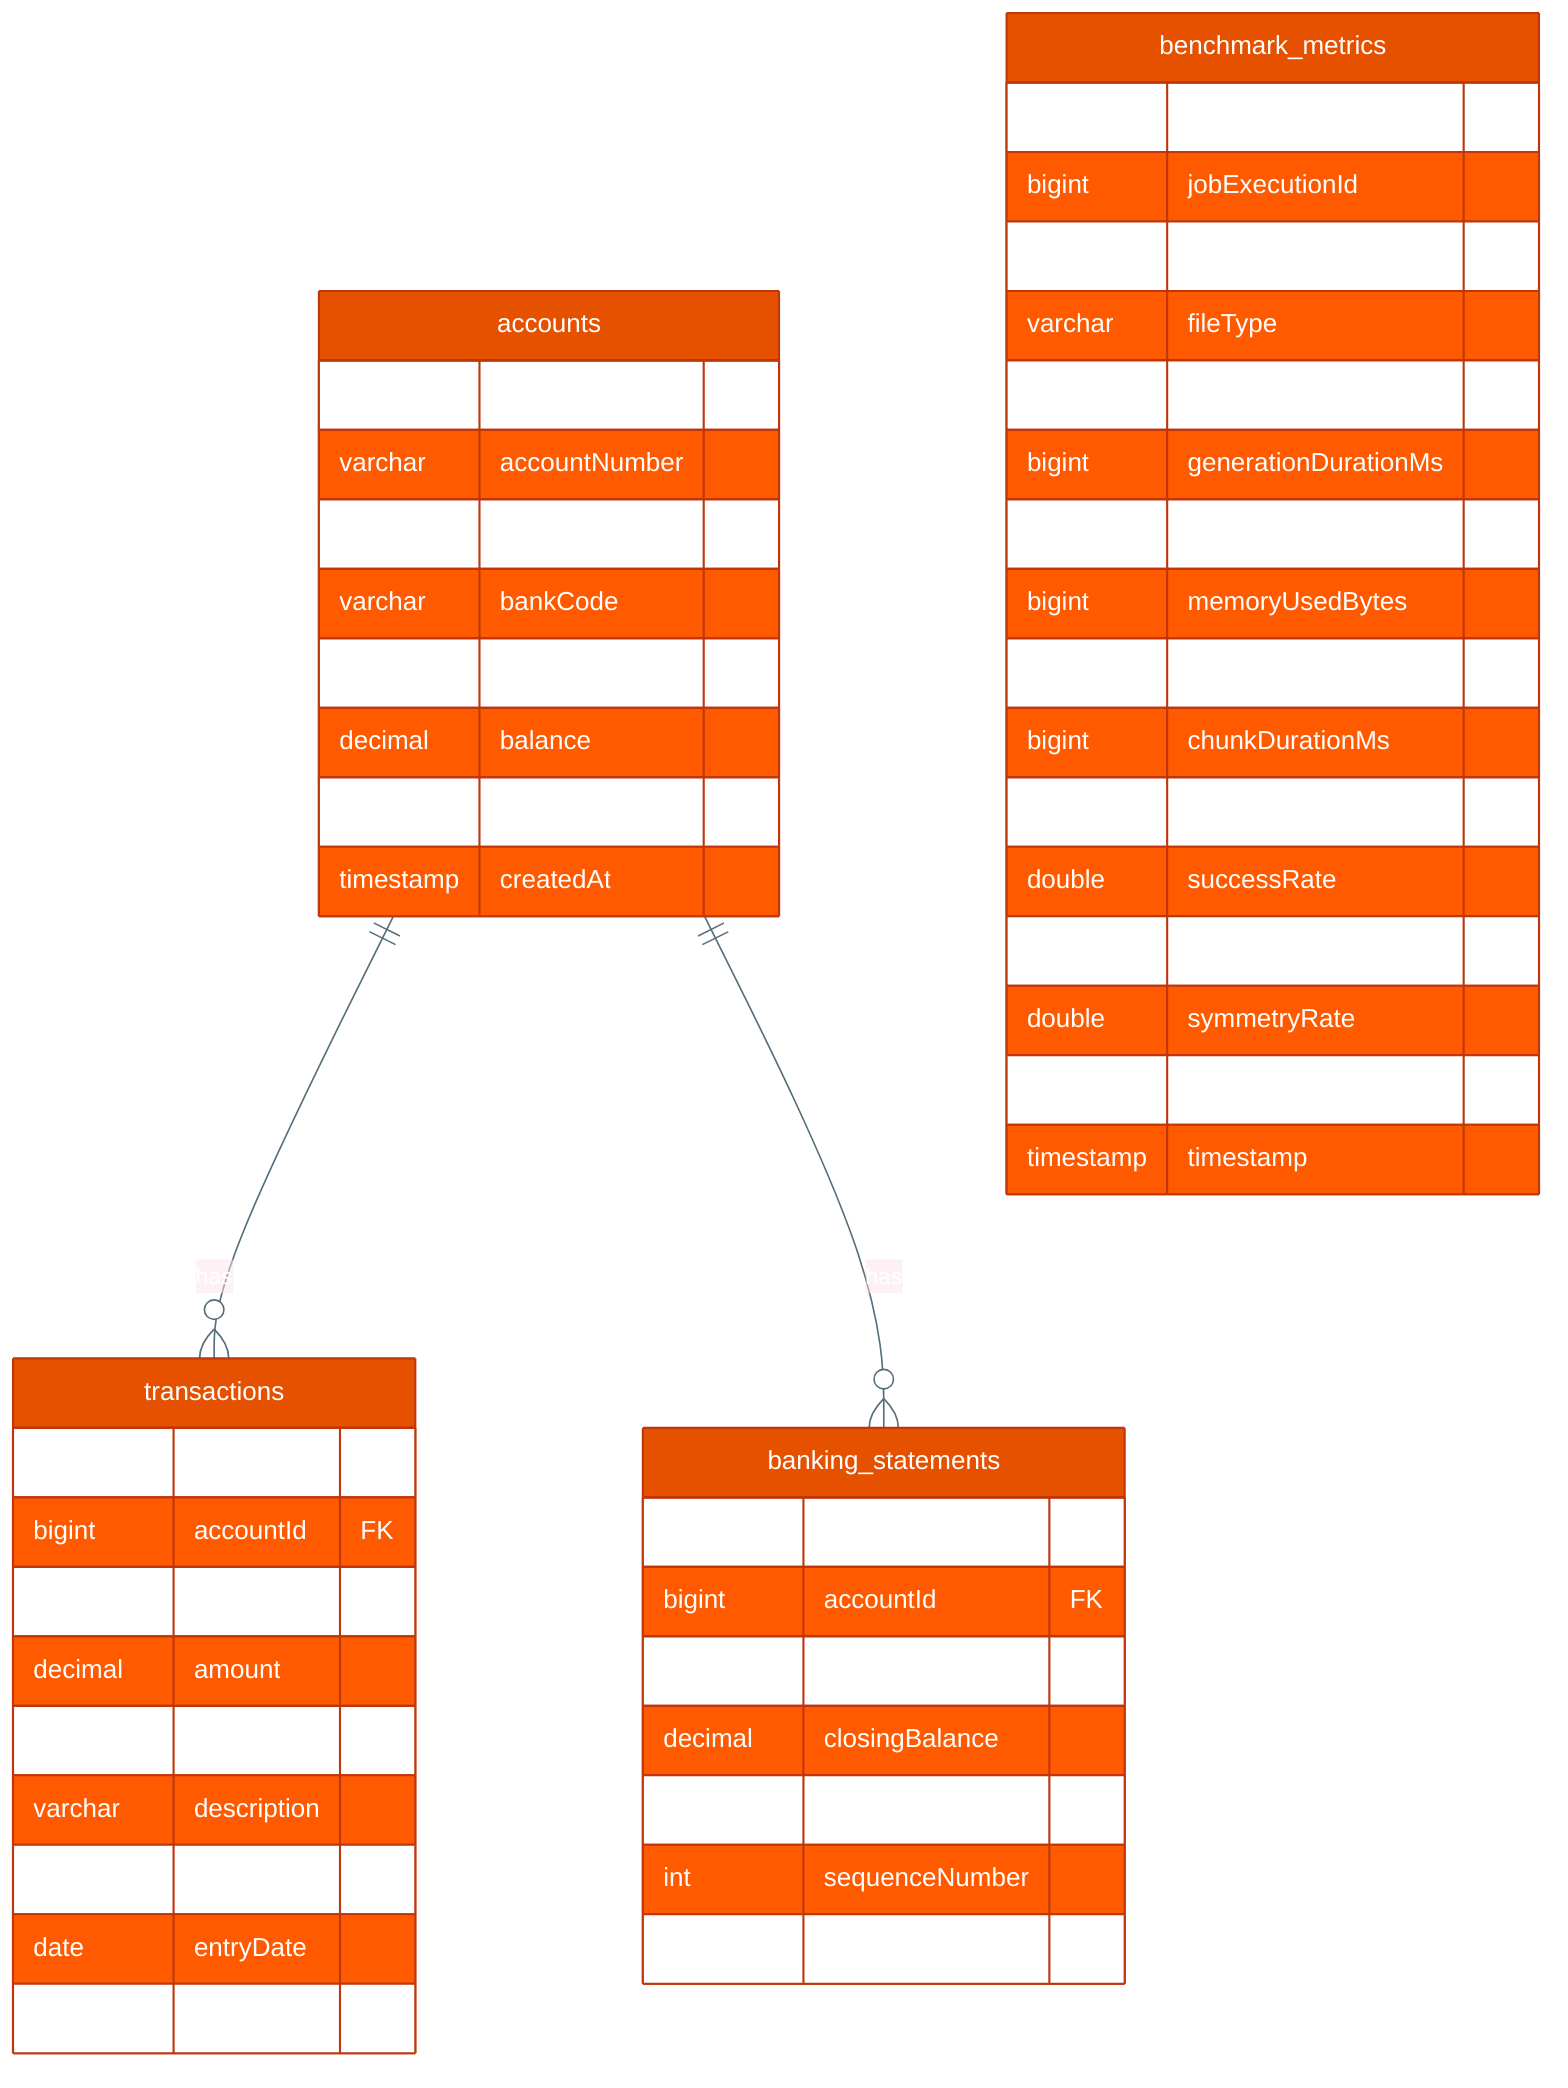
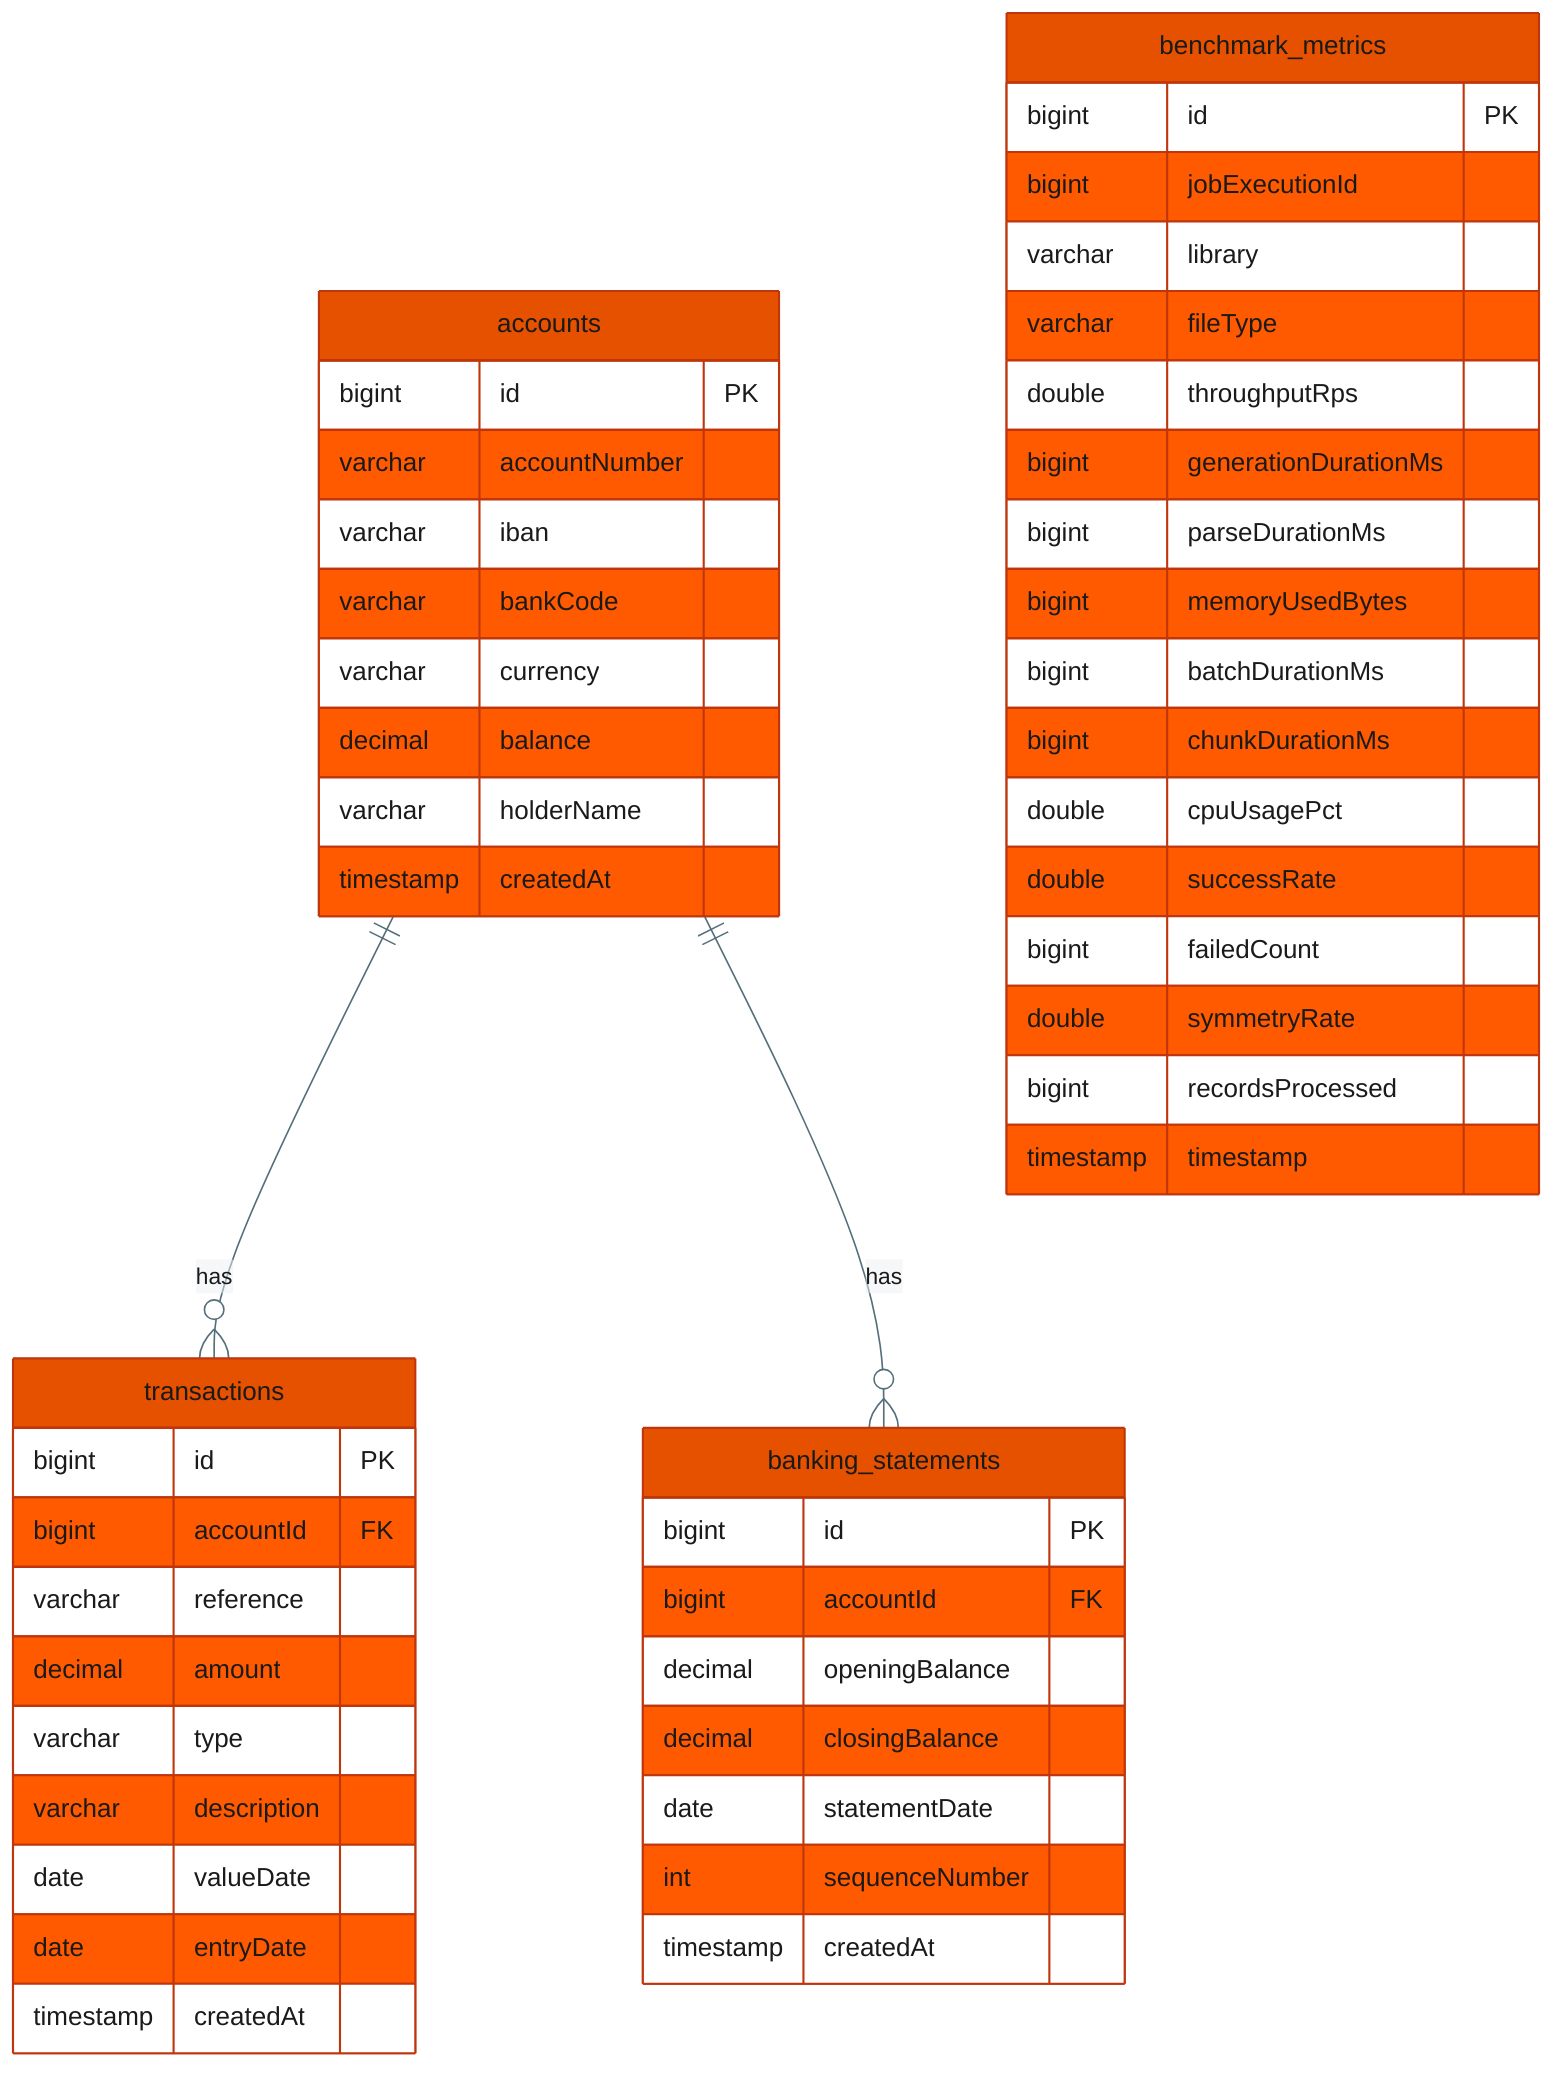
%%{init: {'theme': 'base', 'themeVariables': {
-   'primaryColor':       '#e65100',
-   'primaryTextColor':   '#ffffff',
-   'primaryBorderColor': '#bf360c',
-   'lineColor':          '#546e7a',
-   'secondaryColor':     '#fff8e1',
-   'tertiaryColor':      '#fce4ec'
+   'primaryColor':                 '#e65100',
+   'primaryTextColor':             '#1a1a1a',
+   'primaryBorderColor':           '#bf360c',
+   'lineColor':                    '#546e7a',
+   'secondaryColor':               '#fff3e0',
+   'tertiaryColor':                '#eceff1',
+   'attributeBackgroundColorEven': '#fff3e0',
+   'attributeBackgroundColorOdd':  '#eceff1'
}}}%%
erDiagram
    accounts {
        bigint    id              PK
        varchar   accountNumber
        varchar   iban
        varchar   bankCode
        varchar   currency
        decimal   balance
        varchar   holderName
        timestamp createdAt
    }

    transactions {
        bigint    id          PK
        bigint    accountId   FK
        varchar   reference
        decimal   amount
        varchar   type
        varchar   description
        date      valueDate
        date      entryDate
        timestamp createdAt
    }

    banking_statements {
        bigint    id              PK
        bigint    accountId       FK
        decimal   openingBalance
        decimal   closingBalance
        date      statementDate
        int       sequenceNumber
        timestamp createdAt
    }

    benchmark_metrics {
        bigint    id               PK
        bigint    jobExecutionId
        varchar   library
        varchar   fileType
        double    throughputRps
        bigint    generationDurationMs
        bigint    parseDurationMs
        bigint    memoryUsedBytes
        bigint    batchDurationMs
        bigint    chunkDurationMs
        double    cpuUsagePct
        double    successRate
        bigint    failedCount
        double    symmetryRate
        bigint    recordsProcessed
        timestamp timestamp
    }

    accounts           ||--o{ transactions       : "has"
    accounts           ||--o{ banking_statements  : "has"
